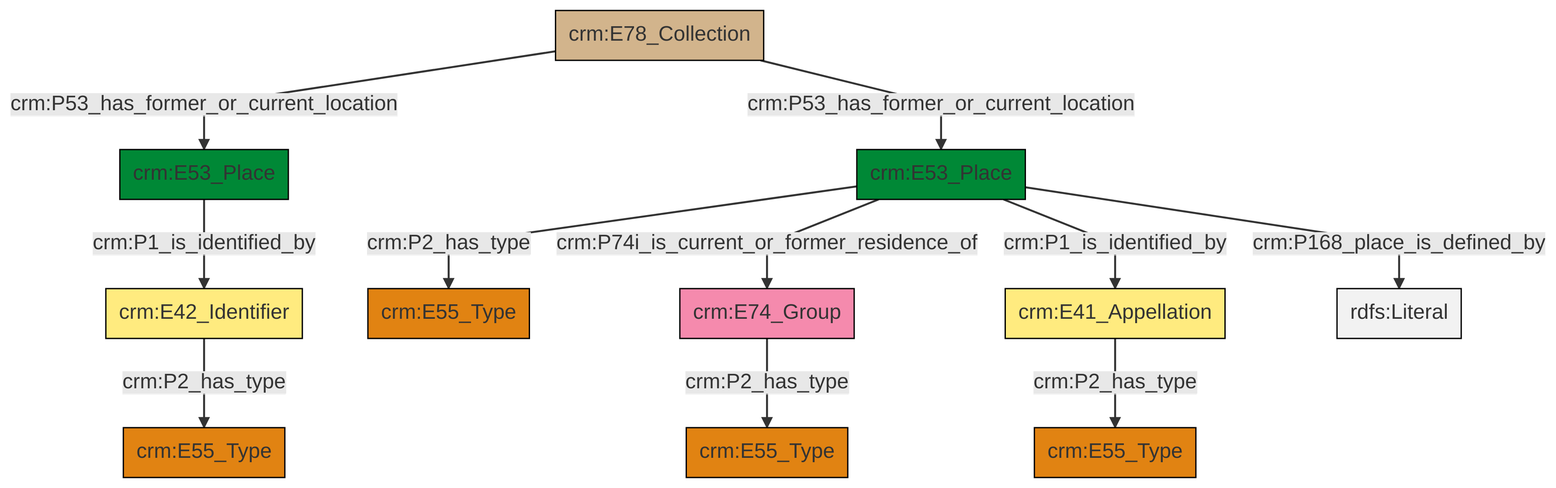
The Mermaid diagram et/archivalCSV/ttl/mmd/png/archival_location.png in swiss-art-research-net/docs.swissartresearch, before a commit. Its source is kept beside it as et/archivalCSV/ttl/mmd/archival_location.ttl.mmd.
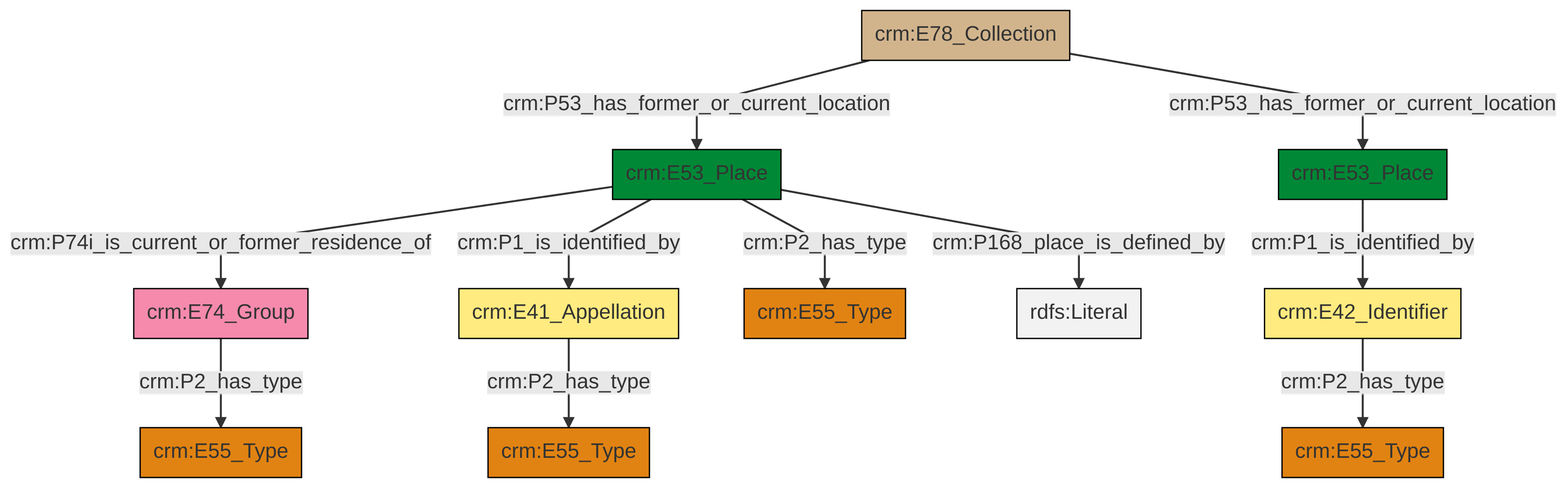
After the commit.

The edit, as a diff of the source:
```diff
@@ -13,13 +13,13 @@
 classDef PC_Classes fill:#4ce600, stroke:#000000;
 classDef Multi fill:#cccccc,stroke:#000000;
 
-6["crm:E78_Collection"]:::Physical_Thing -->|crm:P53_has_former_or_current_location| 7["crm:E53_Place"]:::Place
-8["crm:E53_Place"]:::Place -->|crm:P2_has_type| 0["crm:E55_Type"]:::Type
-9["crm:E74_Group"]:::Actor -->|crm:P2_has_type| 4["crm:E55_Type"]:::Type
-6["crm:E78_Collection"]:::Physical_Thing -->|crm:P53_has_former_or_current_location| 8["crm:E53_Place"]:::Place
-2["crm:E42_Identifier"]:::Appellation -->|crm:P2_has_type| 13["crm:E55_Type"]:::Type
-8["crm:E53_Place"]:::Place -->|crm:P74i_is_current_or_former_residence_of| 9["crm:E74_Group"]:::Actor
-7["crm:E53_Place"]:::Place -->|crm:P1_is_identified_by| 2["crm:E42_Identifier"]:::Appellation
-19["crm:E41_Appellation"]:::Appellation -->|crm:P2_has_type| 10["crm:E55_Type"]:::Type
-8["crm:E53_Place"]:::Place -->|crm:P1_is_identified_by| 19["crm:E41_Appellation"]:::Appellation
-8["crm:E53_Place"]:::Place -->|crm:P168_place_is_defined_by| 24[rdfs:Literal]:::Literal
+0["crm:E53_Place"]:::Place -->|crm:P74i_is_current_or_former_residence_of| 2["crm:E74_Group"]:::Actor
+0["crm:E53_Place"]:::Place -->|crm:P1_is_identified_by| 3["crm:E41_Appellation"]:::Appellation
+6["crm:E42_Identifier"]:::Appellation -->|crm:P2_has_type| 7["crm:E55_Type"]:::Type
+0["crm:E53_Place"]:::Place -->|crm:P2_has_type| 8["crm:E55_Type"]:::Type
+3["crm:E41_Appellation"]:::Appellation -->|crm:P2_has_type| 11["crm:E55_Type"]:::Type
+2["crm:E74_Group"]:::Actor -->|crm:P2_has_type| 4["crm:E55_Type"]:::Type
+17["crm:E78_Collection"]:::Physical_Thing -->|crm:P53_has_former_or_current_location| 0["crm:E53_Place"]:::Place
+17["crm:E78_Collection"]:::Physical_Thing -->|crm:P53_has_former_or_current_location| 19["crm:E53_Place"]:::Place
+0["crm:E53_Place"]:::Place -->|crm:P168_place_is_defined_by| 21[rdfs:Literal]:::Literal
+19["crm:E53_Place"]:::Place -->|crm:P1_is_identified_by| 6["crm:E42_Identifier"]:::Appellation
```
